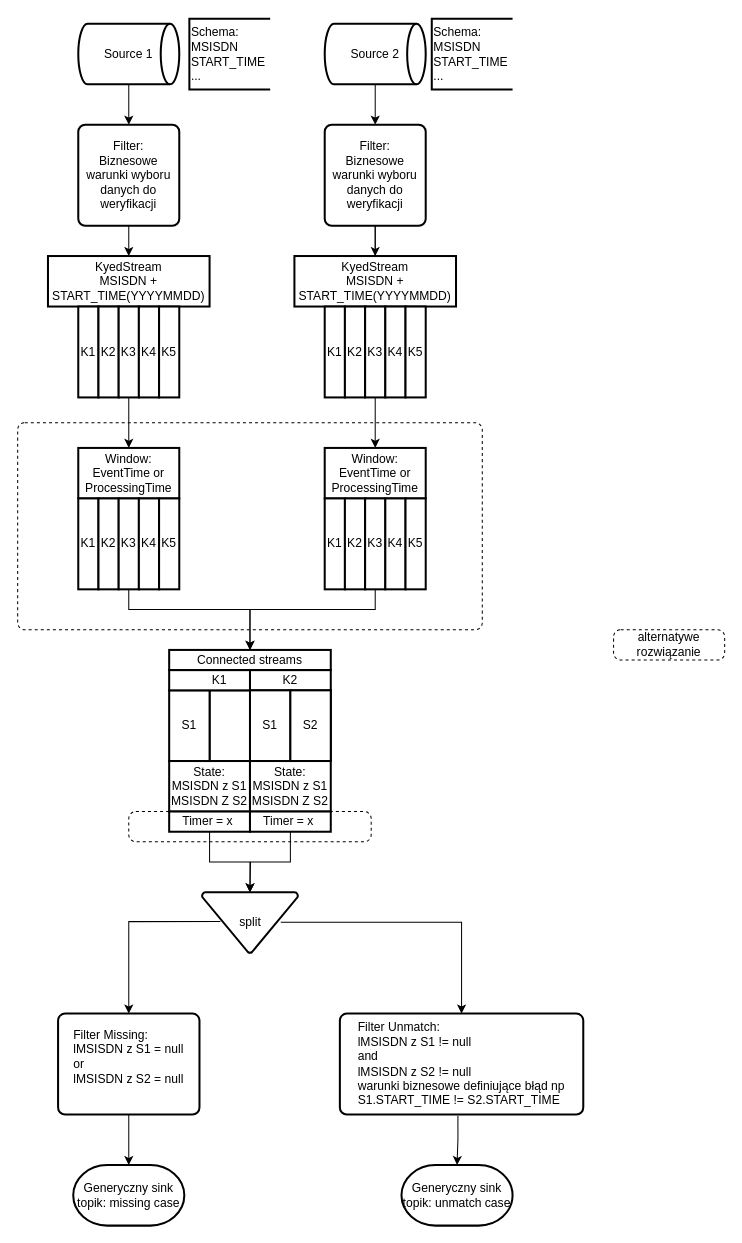
blacho/repository keeps this draw.io diagram as page "Two streams" (2 of 2) of ra-stream-rules.drawio. Above is the earlier version. Source tidied: cells renumbered, new cells numbered last; positions are measured from the earlier drawing's top-left corner, leaving out a move shared by most shapes. Both pictures are drawn from the tidied source at 101%, with x=0, y=0 at pixel (17, 18).
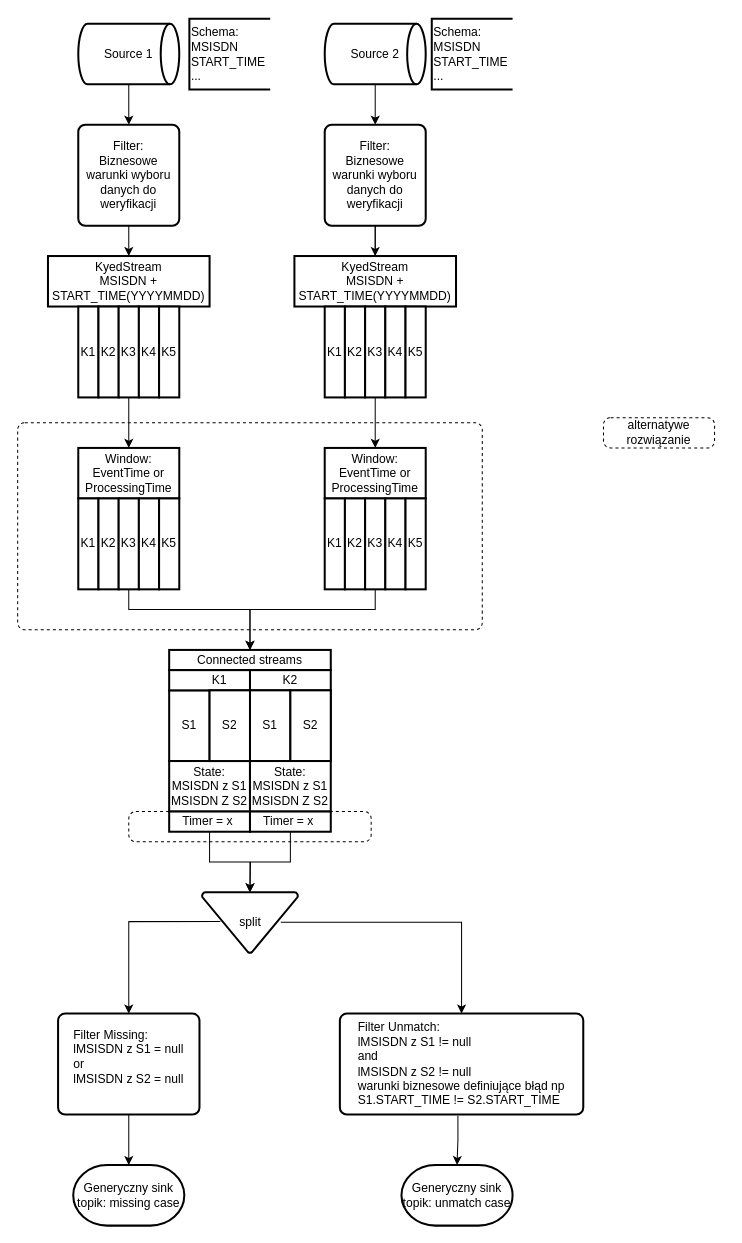
Above is the later version.

The edit, as a diff of the source:
```diff
@@
     <mxCell id="66" value="alternatywe rozwiązanie" style="rounded=1;whiteSpace=wrap;html=1;absoluteArcSize=1;arcSize=14;strokeWidth=1;dashed=1;fillColor=none;" parent="1" vertex="1">
-      <mxGeometry x="590" y="605" width="110" height="30" as="geometry" />
+      <mxGeometry x="580" y="395" width="110" height="30" as="geometry" />
     </mxCell>
+    <mxCell id="67" value="S2" style="rounded=1;whiteSpace=wrap;html=1;absoluteArcSize=1;arcSize=0;strokeWidth=2;" parent="1" vertex="1">
+      <mxGeometry x="190" y="665" width="40" height="70" as="geometry" />
+    </mxCell>
```
